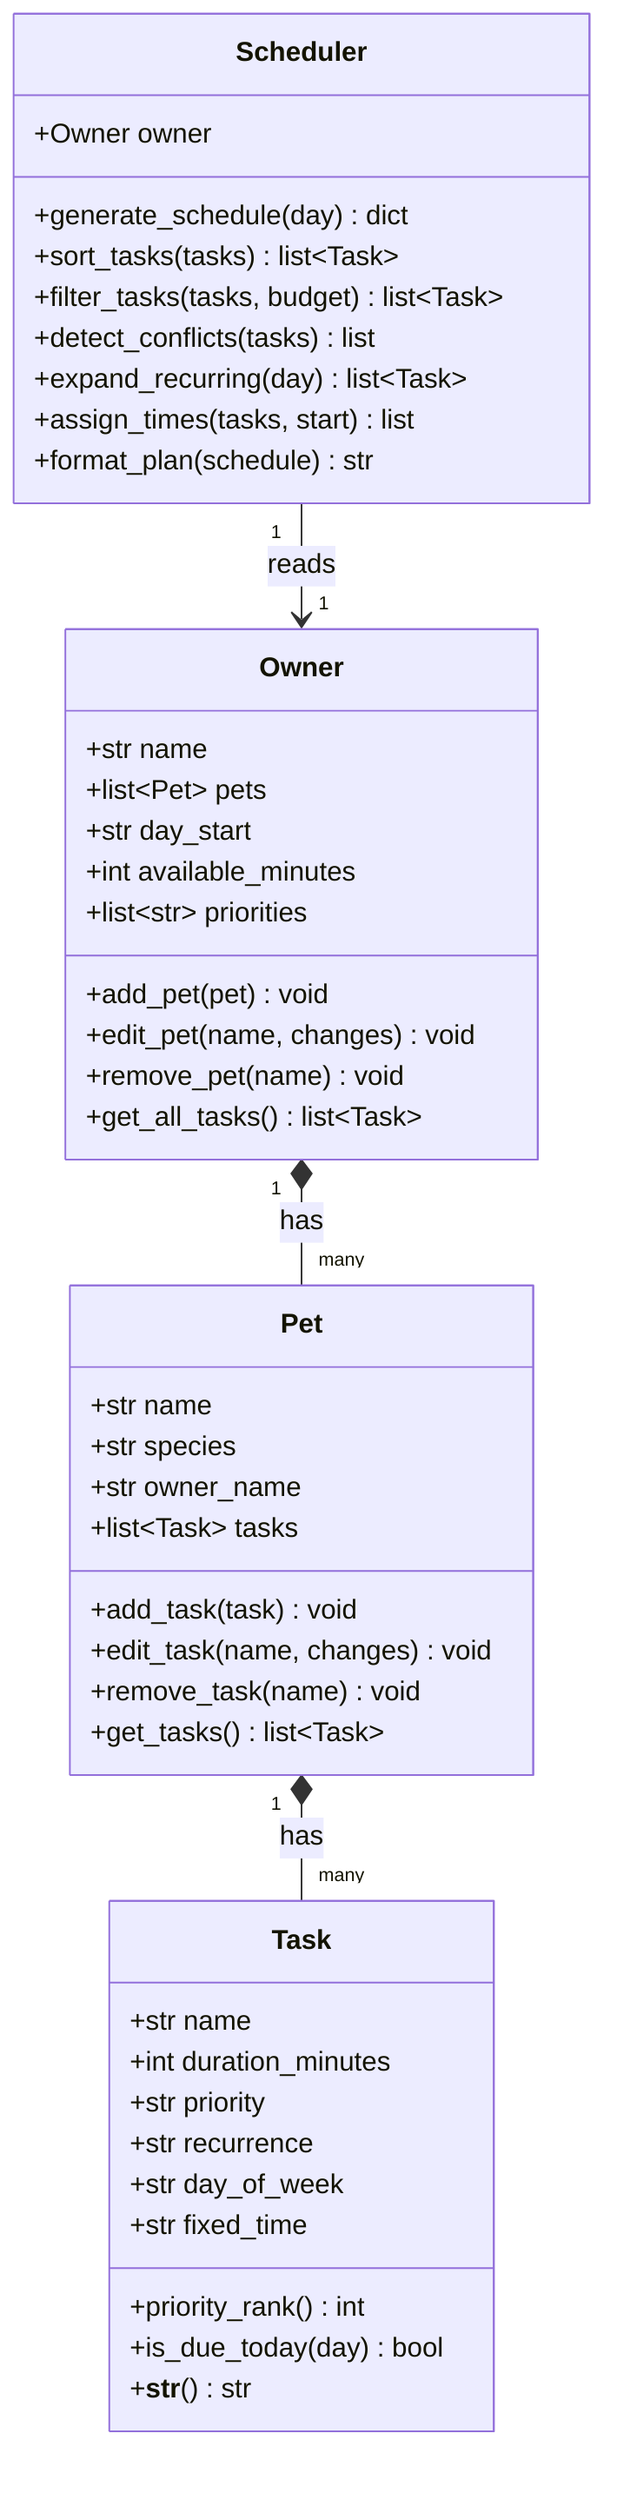
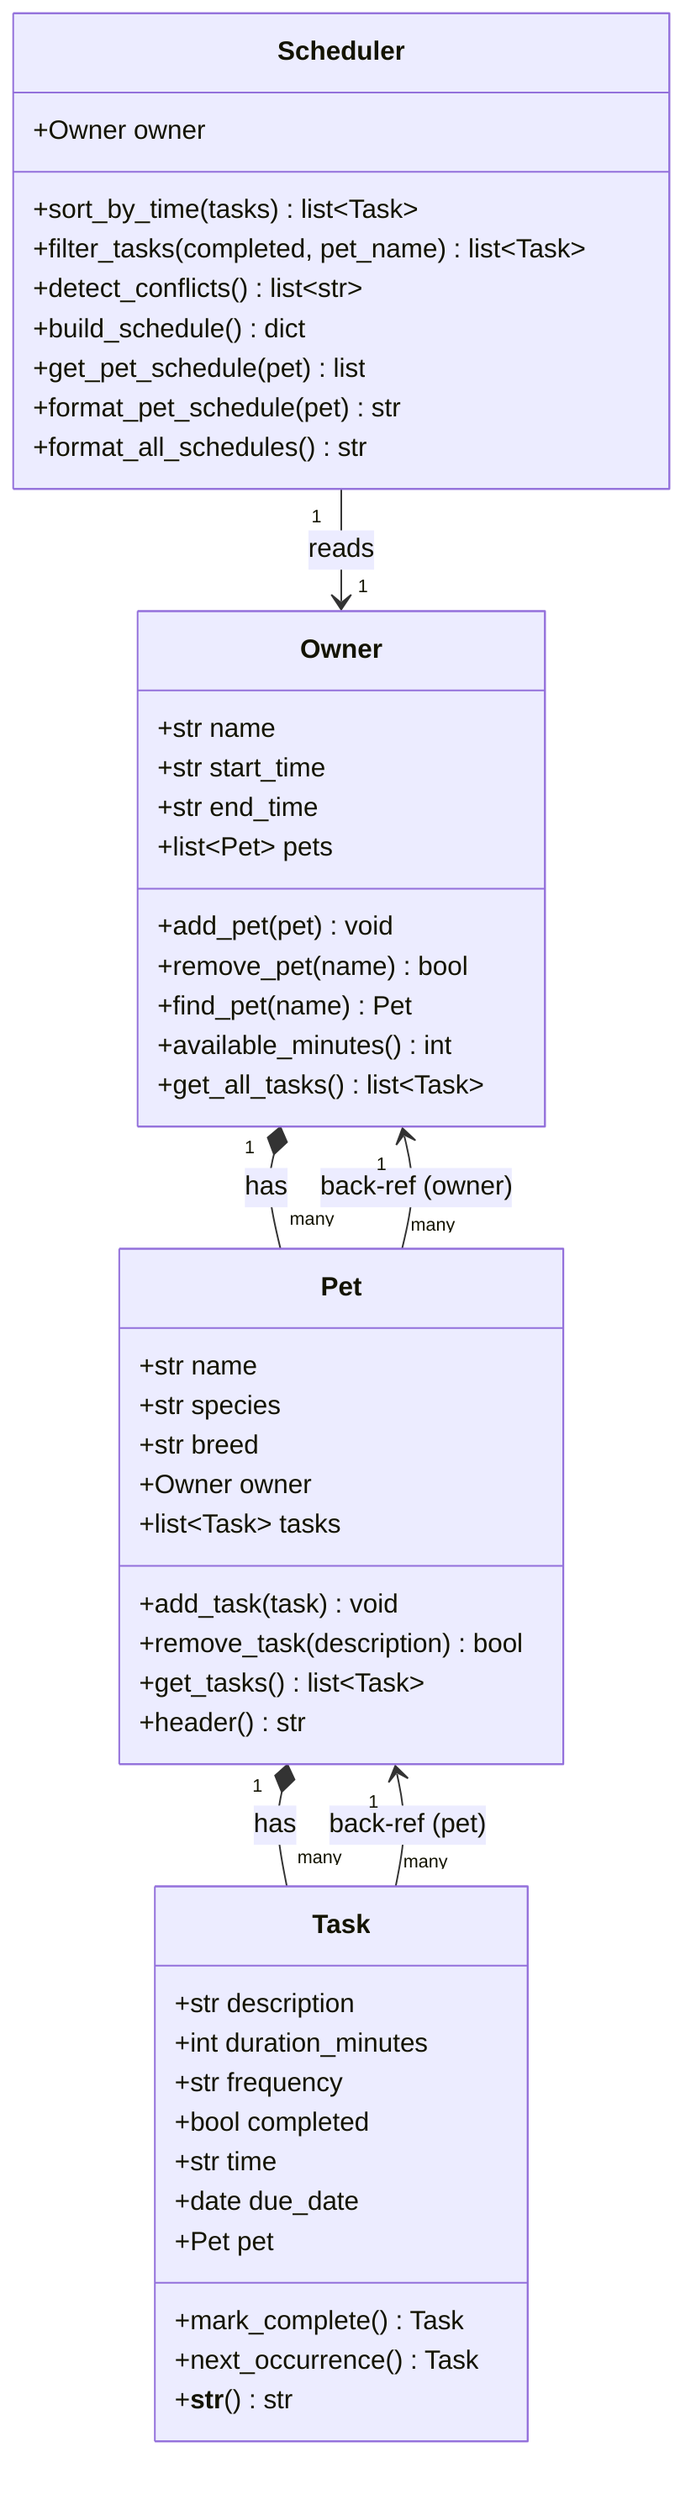
classDiagram
    %% PawPal+ class diagram
    %% Data flows Owner -> Pet(s) -> Task(s); Scheduler reads the Owner to build a daily plan.

    class Owner {
        +str name
+         +str start_time
+         +str end_time
        +list~Pet~ pets
-         +str day_start
-         +int available_minutes
-         +list~str~ priorities
        +add_pet(pet) void
-         +edit_pet(name, changes) void
-         +remove_pet(name) void
+         +remove_pet(name) bool
+         +find_pet(name) Pet
+         +available_minutes() int
        +get_all_tasks() list~Task~
    }

    class Pet {
        +str name
        +str species
-         +str owner_name
+         +str breed
+         +Owner owner
        +list~Task~ tasks
        +add_task(task) void
-         +edit_task(name, changes) void
-         +remove_task(name) void
+         +remove_task(description) bool
        +get_tasks() list~Task~
+         +header() str
    }

    class Task {
-         +str name
+         +str description
        +int duration_minutes
-         +str priority
-         +str recurrence
-         +str day_of_week
-         +str fixed_time
-         +priority_rank() int
-         +is_due_today(day) bool
+         +str frequency
+         +bool completed
+         +str time
+         +date due_date
+         +Pet pet
+         +mark_complete() Task
+         +next_occurrence() Task
        +__str__() str
    }

    class Scheduler {
        +Owner owner
-         +generate_schedule(day) dict
-         +sort_tasks(tasks) list~Task~
-         +filter_tasks(tasks, budget) list~Task~
-         +detect_conflicts(tasks) list
-         +expand_recurring(day) list~Task~
-         +assign_times(tasks, start) list
-         +format_plan(schedule) str
+         +sort_by_time(tasks) list~Task~
+         +filter_tasks(completed, pet_name) list~Task~
+         +detect_conflicts() list~str~
+         +build_schedule() dict
+         +get_pet_schedule(pet) list
+         +format_pet_schedule(pet) str
+         +format_all_schedules() str
    }

    Owner "1" *-- "many" Pet : has
    Pet "1" *-- "many" Task : has
+     Pet "many" --> "1" Owner : back-ref (owner)
+     Task "many" --> "1" Pet : back-ref (pet)
    Scheduler "1" --> "1" Owner : reads
